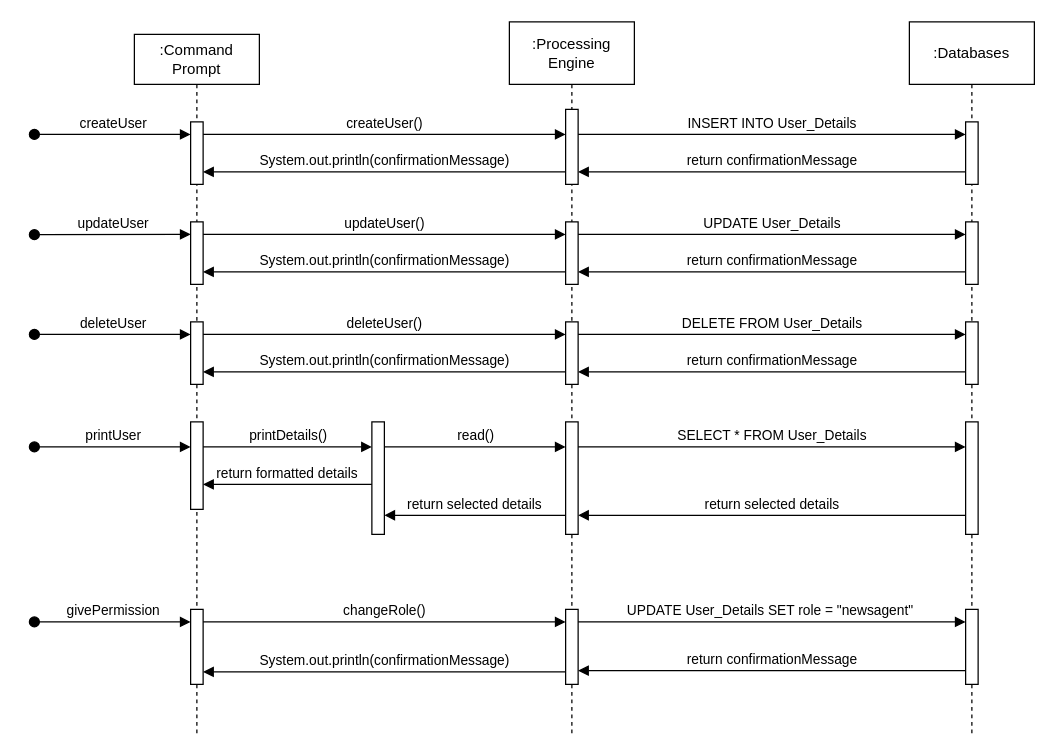
Before: page "Admin" (6 of 7) of Architecture/sequence_diagram.drawio in NataliaPalej/Newsagent-Project, a draw.io diagram. Source tidied: cells renumbered, new cells numbered last; positions are measured from the earlier drawing's top-left corner, leaving out a move shared by most shapes. Both pictures are drawn from the tidied source at 125%, with x=0, y=0 at pixel (34, 21).
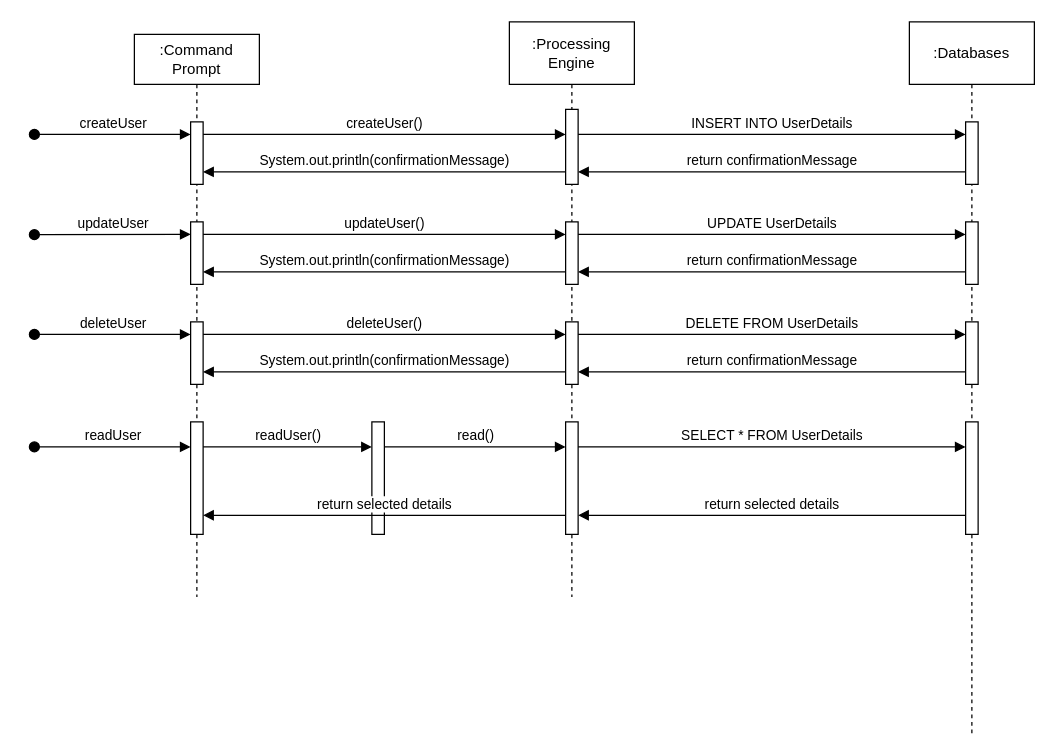
The same page after the edit.

Unchanged cells that the change refers to:
```xml
<mxCell id="10" style="html=1;points=[];perimeter=orthogonalPerimeter;outlineConnect=0;targetShapes=umlLifeline;portConstraint=eastwest;newEdgeStyle={&quot;edgeStyle&quot;:&quot;elbowEdgeStyle&quot;,&quot;elbow&quot;:&quot;vertical&quot;,&quot;curved&quot;:0,&quot;rounded&quot;:0};" parent="9" vertex="1">
  <mxGeometry x="45" y="70" width="10" height="60" as="geometry" />
</mxCell>
<mxCell id="11" style="html=1;points=[];perimeter=orthogonalPerimeter;outlineConnect=0;targetShapes=umlLifeline;portConstraint=eastwest;newEdgeStyle={&quot;edgeStyle&quot;:&quot;elbowEdgeStyle&quot;,&quot;elbow&quot;:&quot;vertical&quot;,&quot;curved&quot;:0,&quot;rounded&quot;:0};" parent="9" vertex="1">
  <mxGeometry x="45" y="160" width="10" height="50" as="geometry" />
</mxCell>
<mxCell id="12" style="html=1;points=[];perimeter=orthogonalPerimeter;outlineConnect=0;targetShapes=umlLifeline;portConstraint=eastwest;newEdgeStyle={&quot;edgeStyle&quot;:&quot;elbowEdgeStyle&quot;,&quot;elbow&quot;:&quot;vertical&quot;,&quot;curved&quot;:0,&quot;rounded&quot;:0};" parent="9" vertex="1">
  <mxGeometry x="45" y="240" width="10" height="50" as="geometry" />
</mxCell>
<mxCell id="13" style="html=1;points=[];perimeter=orthogonalPerimeter;outlineConnect=0;targetShapes=umlLifeline;portConstraint=eastwest;newEdgeStyle={&quot;edgeStyle&quot;:&quot;elbowEdgeStyle&quot;,&quot;elbow&quot;:&quot;vertical&quot;,&quot;curved&quot;:0,&quot;rounded&quot;:0};" parent="9" vertex="1">
  <mxGeometry x="45" y="320" width="10" height="90" as="geometry" />
</mxCell>
<mxCell id="16" value=":Databases" style="shape=umlLifeline;perimeter=lifelinePerimeter;whiteSpace=wrap;html=1;newEdgeStyle={&quot;edgeStyle&quot;:&quot;elbowEdgeStyle&quot;,&quot;elbow&quot;:&quot;vertical&quot;,&quot;curved&quot;:0,&quot;rounded&quot;:0};size=50;" parent="1" vertex="1">
  <mxGeometry x="700" width="100" height="570" as="geometry" />
</mxCell>
<mxCell id="17" style="html=1;points=[];perimeter=orthogonalPerimeter;outlineConnect=0;targetShapes=umlLifeline;portConstraint=eastwest;newEdgeStyle={&quot;edgeStyle&quot;:&quot;elbowEdgeStyle&quot;,&quot;elbow&quot;:&quot;vertical&quot;,&quot;curved&quot;:0,&quot;rounded&quot;:0};" parent="16" vertex="1">
  <mxGeometry x="45" y="80" width="10" height="50" as="geometry" />
</mxCell>
<mxCell id="18" style="html=1;points=[];perimeter=orthogonalPerimeter;outlineConnect=0;targetShapes=umlLifeline;portConstraint=eastwest;newEdgeStyle={&quot;edgeStyle&quot;:&quot;elbowEdgeStyle&quot;,&quot;elbow&quot;:&quot;vertical&quot;,&quot;curved&quot;:0,&quot;rounded&quot;:0};" parent="16" vertex="1">
  <mxGeometry x="45" y="160" width="10" height="50" as="geometry" />
</mxCell>
<mxCell id="19" style="html=1;points=[];perimeter=orthogonalPerimeter;outlineConnect=0;targetShapes=umlLifeline;portConstraint=eastwest;newEdgeStyle={&quot;edgeStyle&quot;:&quot;elbowEdgeStyle&quot;,&quot;elbow&quot;:&quot;vertical&quot;,&quot;curved&quot;:0,&quot;rounded&quot;:0};" parent="16" vertex="1">
  <mxGeometry x="45" y="240" width="10" height="50" as="geometry" />
</mxCell>
<mxCell id="20" style="html=1;points=[];perimeter=orthogonalPerimeter;outlineConnect=0;targetShapes=umlLifeline;portConstraint=eastwest;newEdgeStyle={&quot;edgeStyle&quot;:&quot;elbowEdgeStyle&quot;,&quot;elbow&quot;:&quot;vertical&quot;,&quot;curved&quot;:0,&quot;rounded&quot;:0};" parent="16" vertex="1">
  <mxGeometry x="45" y="320" width="10" height="90" as="geometry" />
</mxCell>
<mxCell id="31" style="html=1;points=[];perimeter=orthogonalPerimeter;outlineConnect=0;targetShapes=umlLifeline;portConstraint=eastwest;newEdgeStyle={&quot;edgeStyle&quot;:&quot;elbowEdgeStyle&quot;,&quot;elbow&quot;:&quot;vertical&quot;,&quot;curved&quot;:0,&quot;rounded&quot;:0};" parent="1" vertex="1">
  <mxGeometry x="270" y="320" width="10" height="90" as="geometry" />
</mxCell>
```

The edit, as a diff of the source:
```diff
@@
     <mxCell id="2" value=":Command Prompt" style="shape=umlLifeline;perimeter=lifelinePerimeter;whiteSpace=wrap;html=1;newEdgeStyle={&quot;edgeStyle&quot;:&quot;elbowEdgeStyle&quot;,&quot;elbow&quot;:&quot;vertical&quot;,&quot;curved&quot;:0,&quot;rounded&quot;:0};" parent="1" vertex="1">
-      <mxGeometry x="80" y="10" width="100" height="560" as="geometry" />
+      <mxGeometry x="80" y="10" width="100" height="450" as="geometry" />
     </mxCell>
@@
     <mxCell id="7" style="html=1;points=[];perimeter=orthogonalPerimeter;outlineConnect=0;targetShapes=umlLifeline;portConstraint=eastwest;newEdgeStyle={&quot;edgeStyle&quot;:&quot;elbowEdgeStyle&quot;,&quot;elbow&quot;:&quot;vertical&quot;,&quot;curved&quot;:0,&quot;rounded&quot;:0};" parent="2" vertex="1">
-      <mxGeometry x="45" y="310" width="10" height="70" as="geometry" />
+      <mxGeometry x="45" y="310" width="10" height="90" as="geometry" />
     </mxCell>
-    <mxCell id="8" style="html=1;points=[];perimeter=orthogonalPerimeter;outlineConnect=0;targetShapes=umlLifeline;portConstraint=eastwest;newEdgeStyle={&quot;edgeStyle&quot;:&quot;elbowEdgeStyle&quot;,&quot;elbow&quot;:&quot;vertical&quot;,&quot;curved&quot;:0,&quot;rounded&quot;:0};" parent="2" vertex="1">
-      <mxGeometry x="45" y="460" width="10" height="60" as="geometry" />
-    </mxCell>
     <mxCell id="9" value=":Processing Engine" style="shape=umlLifeline;perimeter=lifelinePerimeter;whiteSpace=wrap;html=1;newEdgeStyle={&quot;edgeStyle&quot;:&quot;elbowEdgeStyle&quot;,&quot;elbow&quot;:&quot;vertical&quot;,&quot;curved&quot;:0,&quot;rounded&quot;:0};size=50;" parent="1" vertex="1">
-      <mxGeometry x="380" width="100" height="570" as="geometry" />
+      <mxGeometry x="380" width="100" height="460" as="geometry" />
     </mxCell>
@@
-    <mxCell id="14" style="html=1;points=[];perimeter=orthogonalPerimeter;outlineConnect=0;targetShapes=umlLifeline;portConstraint=eastwest;newEdgeStyle={&quot;edgeStyle&quot;:&quot;elbowEdgeStyle&quot;,&quot;elbow&quot;:&quot;vertical&quot;,&quot;curved&quot;:0,&quot;rounded&quot;:0};" parent="9" vertex="1">
-      <mxGeometry x="45" y="470" width="10" height="60" as="geometry" />
-    </mxCell>
@@
-    <mxCell id="21" style="html=1;points=[];perimeter=orthogonalPerimeter;outlineConnect=0;targetShapes=umlLifeline;portConstraint=eastwest;newEdgeStyle={&quot;edgeStyle&quot;:&quot;elbowEdgeStyle&quot;,&quot;elbow&quot;:&quot;vertical&quot;,&quot;curved&quot;:0,&quot;rounded&quot;:0};" parent="16" vertex="1">
-      <mxGeometry x="45" y="470" width="10" height="60" as="geometry" />
-    </mxCell>
-    <mxCell id="22" value="INSERT INTO User_Details" style="html=1;verticalAlign=bottom;endArrow=block;edgeStyle=elbowEdgeStyle;elbow=vertical;curved=0;rounded=0;" parent="1" edge="1" source="10" target="17">
+    <mxCell id="22" value="INSERT INTO UserDetails" style="html=1;verticalAlign=bottom;endArrow=block;edgeStyle=elbowEdgeStyle;elbow=vertical;curved=0;rounded=0;" parent="1" edge="1" source="10" target="17">
       <mxGeometry relative="1" as="geometry">
         <Array as="points">
           <mxPoint x="500" y="90" />
         </Array>
       </mxGeometry>
     </mxCell>
@@
-    <mxCell id="25" value="UPDATE User_Details" style="html=1;verticalAlign=bottom;endArrow=block;edgeStyle=elbowEdgeStyle;elbow=vertical;curved=0;rounded=0;" parent="1" edge="1" source="11" target="18">
+    <mxCell id="25" value="UPDATE UserDetails" style="html=1;verticalAlign=bottom;endArrow=block;edgeStyle=elbowEdgeStyle;elbow=vertical;curved=0;rounded=0;" parent="1" edge="1" source="11" target="18">
       <mxGeometry relative="1" as="geometry">
         <Array as="points">
           <mxPoint x="500" y="170" />
         </Array>
       </mxGeometry>
     </mxCell>
@@
-    <mxCell id="28" value="DELETE FROM User_Details" style="html=1;verticalAlign=bottom;endArrow=block;edgeStyle=elbowEdgeStyle;elbow=vertical;curved=0;rounded=0;" parent="1" edge="1" source="12" target="19">
+    <mxCell id="28" value="DELETE FROM UserDetails" style="html=1;verticalAlign=bottom;endArrow=block;edgeStyle=elbowEdgeStyle;elbow=vertical;curved=0;rounded=0;" parent="1" edge="1" source="12" target="19">
       <mxGeometry relative="1" as="geometry">
         <Array as="points">
           <mxPoint x="460" y="250" />
         </Array>
       </mxGeometry>
     </mxCell>
-    <mxCell id="29" value="printUser" style="html=1;verticalAlign=bottom;startArrow=oval;endArrow=block;startSize=8;edgeStyle=elbowEdgeStyle;elbow=vertical;curved=0;rounded=0;" parent="1" edge="1">
-      <mxGeometry relative="1" as="geometry">
+    <mxCell id="29" value="readUser" style="html=1;verticalAlign=bottom;startArrow=oval;endArrow=block;startSize=8;edgeStyle=elbowEdgeStyle;elbow=vertical;curved=0;rounded=0;" parent="1" edge="1">
+      <mxGeometry x="0.01" relative="1" as="geometry">
         <mxPoint y="340" as="sourcePoint" />
         <mxPoint x="125" y="340" as="targetPoint" />
       </mxGeometry>
     </mxCell>
-    <mxCell id="30" value="SELECT * FROM User_Details" style="html=1;verticalAlign=bottom;endArrow=block;edgeStyle=elbowEdgeStyle;elbow=vertical;curved=0;rounded=0;" parent="1" edge="1" source="13" target="20">
+    <mxCell id="30" value="SELECT * FROM UserDetails" style="html=1;verticalAlign=bottom;endArrow=block;edgeStyle=elbowEdgeStyle;elbow=vertical;curved=0;rounded=0;" parent="1" edge="1" source="13" target="20">
       <mxGeometry relative="1" as="geometry">
         <Array as="points">
           <mxPoint x="550" y="340" />
         </Array>
       </mxGeometry>
     </mxCell>
@@
-    <mxCell id="32" value="printDetails()" style="html=1;verticalAlign=bottom;endArrow=block;edgeStyle=elbowEdgeStyle;elbow=vertical;curved=0;rounded=0;" parent="1" edge="1" source="7" target="31">
+    <mxCell id="32" value="readUser()" style="html=1;verticalAlign=bottom;endArrow=block;edgeStyle=elbowEdgeStyle;elbow=vertical;curved=0;rounded=0;" parent="1" edge="1" source="7" target="31">
       <mxGeometry relative="1" as="geometry">
         <Array as="points">
           <mxPoint x="190" y="340" />
         </Array>
       </mxGeometry>
     </mxCell>
@@
-    <mxCell id="35" value="return selected details" style="html=1;verticalAlign=bottom;endArrow=block;edgeStyle=elbowEdgeStyle;elbow=vertical;curved=0;rounded=0;" parent="1" edge="1">
+    <mxCell id="35" value="return selected details" style="html=1;verticalAlign=bottom;endArrow=block;edgeStyle=elbowEdgeStyle;elbow=vertical;curved=0;rounded=0;" parent="1" edge="1" target="7">
       <mxGeometry relative="1" as="geometry">
         <mxPoint x="425" y="394.7" as="sourcePoint" />
-        <mxPoint x="280" y="394.7" as="targetPoint" />
         <Array as="points">
           <mxPoint x="345.2" y="394.7" />
         </Array>
       </mxGeometry>
     </mxCell>
-    <mxCell id="36" value="return formatted details" style="html=1;verticalAlign=bottom;endArrow=block;edgeStyle=elbowEdgeStyle;elbow=vertical;curved=0;rounded=0;" parent="1" edge="1" target="7">
-      <mxGeometry relative="1" as="geometry">
-        <mxPoint x="270" y="370" as="sourcePoint" />
-        <Array as="points">
-          <mxPoint x="190.2" y="370" />
-        </Array>
-      </mxGeometry>
-    </mxCell>
-    <mxCell id="37" value="givePermission" style="html=1;verticalAlign=bottom;startArrow=oval;endArrow=block;startSize=8;edgeStyle=elbowEdgeStyle;elbow=vertical;curved=0;rounded=0;" parent="1" edge="1">
-      <mxGeometry relative="1" as="geometry">
-        <mxPoint y="480" as="sourcePoint" />
-        <mxPoint x="125" y="480" as="targetPoint" />
-      </mxGeometry>
-    </mxCell>
-    <mxCell id="38" value="changeRole()" style="html=1;verticalAlign=bottom;endArrow=block;edgeStyle=elbowEdgeStyle;elbow=vertical;curved=0;rounded=0;" parent="1" edge="1" source="8" target="14">
-      <mxGeometry relative="1" as="geometry">
-        <Array as="points">
-          <mxPoint x="190" y="480" />
-        </Array>
-      </mxGeometry>
-    </mxCell>
@@
-    <mxCell id="44" value="UPDATE User_Details SET role = &quot;newsagent&quot;&amp;nbsp;" style="html=1;verticalAlign=bottom;endArrow=block;edgeStyle=elbowEdgeStyle;elbow=vertical;curved=0;rounded=0;" parent="1" edge="1" source="14" target="21">
-      <mxGeometry relative="1" as="geometry">
-        <Array as="points">
-          <mxPoint x="505" y="480" />
-        </Array>
-      </mxGeometry>
-    </mxCell>
@@
-    <mxCell id="46" value="return confirmationMessage" style="html=1;verticalAlign=bottom;endArrow=block;edgeStyle=elbowEdgeStyle;elbow=vertical;curved=0;rounded=0;" parent="1" edge="1" source="21" target="14">
-      <mxGeometry relative="1" as="geometry">
-        <Array as="points">
-          <mxPoint x="550.2" y="519" />
-        </Array>
-      </mxGeometry>
-    </mxCell>
-    <mxCell id="47" value="System.out.println(confirmationMessage)" style="html=1;verticalAlign=bottom;endArrow=block;edgeStyle=elbowEdgeStyle;elbow=vertical;curved=0;rounded=0;" parent="1" edge="1" source="14" target="8">
-      <mxGeometry relative="1" as="geometry">
-        <Array as="points">
-          <mxPoint x="175.2" y="520" />
-        </Array>
-      </mxGeometry>
-    </mxCell>
```
